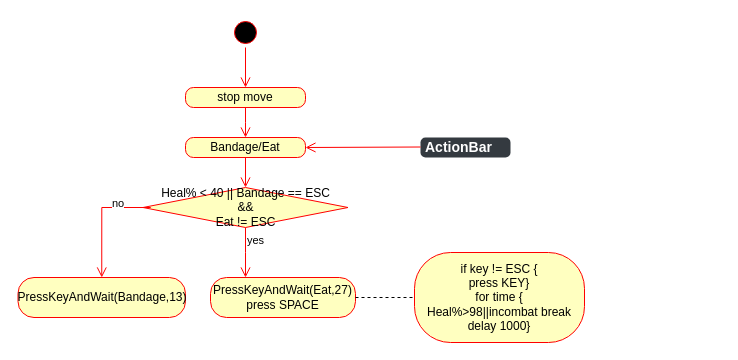
Before: HealAction.drawio in YannieCheung/botgrams, a draw.io diagram. Source tidied: cells renumbered, new cells numbered last; positions are measured from the earlier drawing's top-left corner, leaving out a move shared by most shapes. Both pictures are drawn from the tidied source at 100%, with x=0, y=0 at pixel (18, 17).
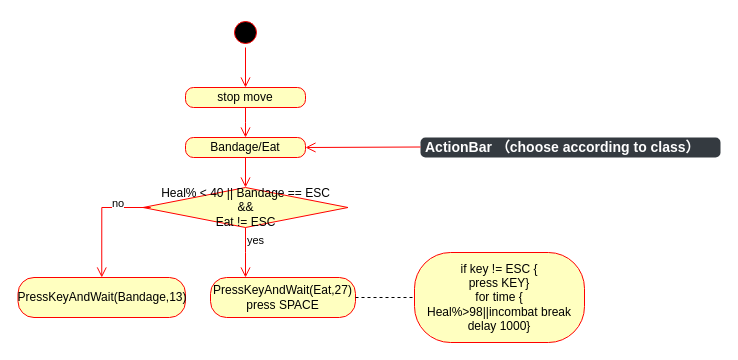
After the change.

The edit, as a diff of the source:
```diff
@@
-    <mxCell id="2" value="ActionBar" style="html=1;shadow=0;dashed=0;shape=mxgraph.bootstrap.rrect;rSize=5;strokeColor=none;strokeWidth=1;fillColor=#343A40;fontColor=#FFFFFF;whiteSpace=wrap;align=left;verticalAlign=middle;spacingLeft=0;fontStyle=1;fontSize=14;spacing=5;" parent="1" vertex="1">
-      <mxGeometry x="402" y="120" width="90" height="20" as="geometry" />
+    <mxCell id="2" value="ActionBar （choose according to class）" style="html=1;shadow=0;dashed=0;shape=mxgraph.bootstrap.rrect;rSize=5;strokeColor=none;strokeWidth=1;fillColor=#343A40;fontColor=#FFFFFF;whiteSpace=wrap;align=left;verticalAlign=middle;spacingLeft=0;fontStyle=1;fontSize=14;spacing=5;" parent="1" vertex="1">
+      <mxGeometry x="402" y="120" width="300" height="20" as="geometry" />
     </mxCell>
```
